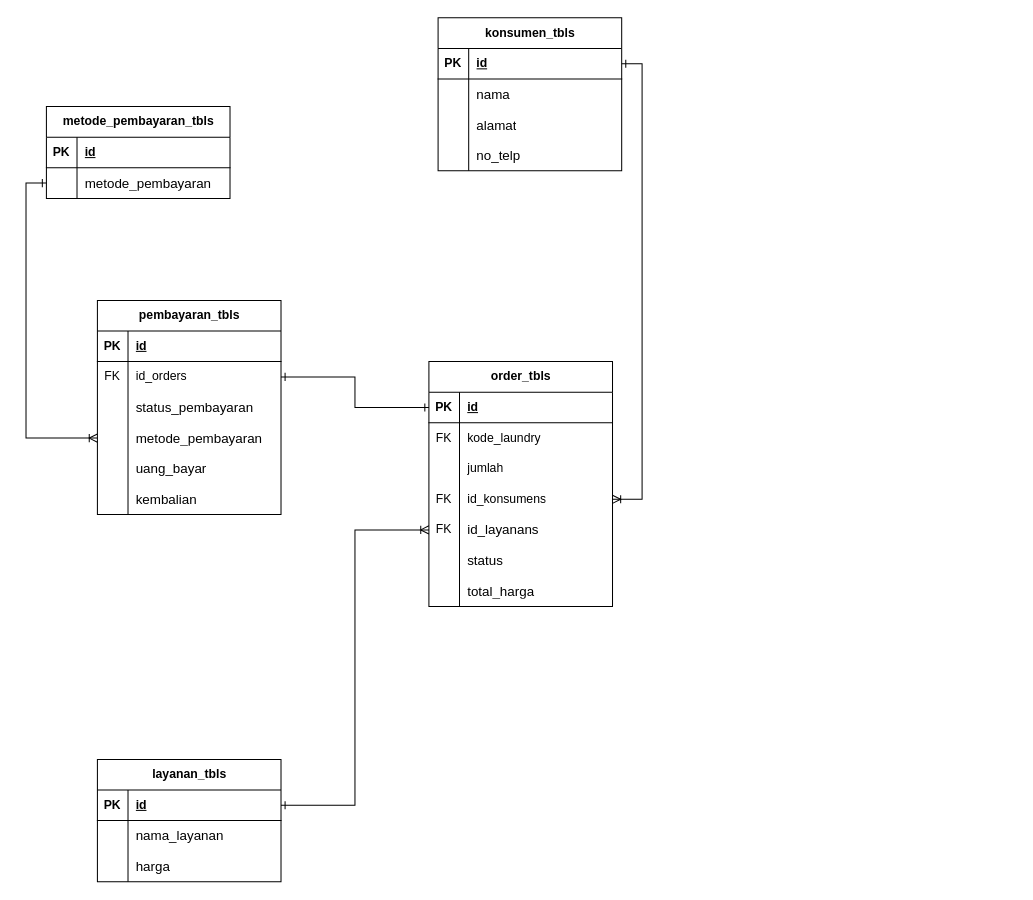
This is public/Erd,Dfd,Flowchart/Laundry ERD.drawio from Satyanr/laundry_app, a draw.io file, before an edit. Source tidied: cells renumbered, new cells numbered last; positions are measured from the earlier drawing's top-left corner, leaving out a move shared by most shapes. Both pictures are drawn from the tidied source at 102%, with x=0, y=0 at pixel (46, 17).
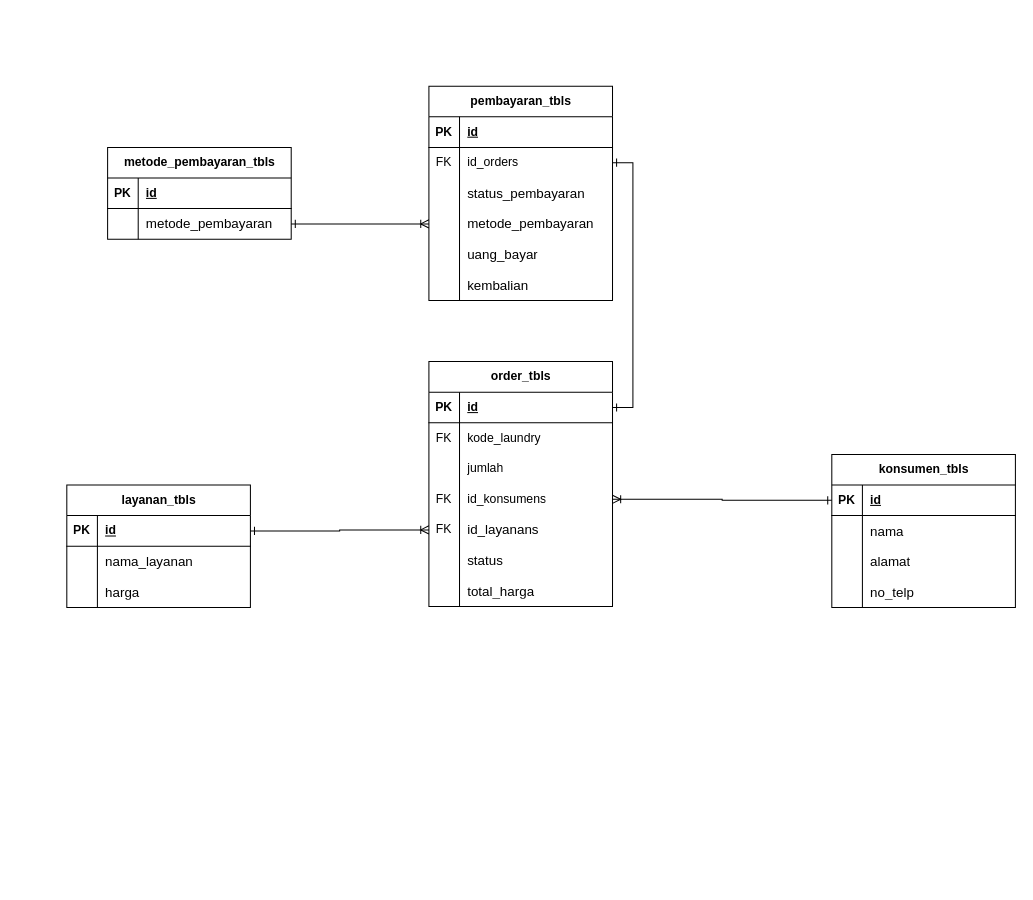
The same page after the edit.

The change refers to these unchanged cells:
```xml
<mxCell id="3" style="shape=tableRow;horizontal=0;startSize=0;swimlaneHead=0;swimlaneBody=0;fillColor=none;points=[[0,0.5],[1,0.5]];portConstraint=eastwest;top=0;left=0;right=0;bottom=1;" parent="2" vertex="1">
  <mxGeometry y="30" width="180" height="30" as="geometry" />
</mxCell>
<mxCell id="12" style="shape=tableRow;horizontal=0;startSize=0;swimlaneHead=0;swimlaneBody=0;fillColor=none;points=[[0,0.5],[1,0.5]];portConstraint=eastwest;top=0;left=0;right=0;bottom=0;" parent="2" vertex="1">
  <mxGeometry y="120" width="180" height="30" as="geometry" />
</mxCell>
<mxCell id="25" style="shape=tableRow;horizontal=0;startSize=0;swimlaneHead=0;swimlaneBody=0;fillColor=none;points=[[0,0.5],[1,0.5]];portConstraint=eastwest;top=0;left=0;right=0;bottom=1;" parent="24" vertex="1">
  <mxGeometry y="30" width="180" height="30" as="geometry" />
</mxCell>
<mxCell id="51" style="shape=tableRow;horizontal=0;startSize=0;swimlaneHead=0;swimlaneBody=0;fillColor=none;points=[[0,0.5],[1,0.5]];portConstraint=eastwest;top=0;left=0;right=0;bottom=0;" parent="47" vertex="1">
  <mxGeometry y="60" width="180" height="30" as="geometry" />
</mxCell>
<mxCell id="58" style="shape=tableRow;horizontal=0;startSize=0;swimlaneHead=0;swimlaneBody=0;fillColor=none;points=[[0,0.5],[1,0.5]];portConstraint=eastwest;top=0;left=0;right=0;bottom=0;" parent="54" vertex="1">
  <mxGeometry y="60" width="180" height="30" as="geometry" />
</mxCell>
<mxCell id="64" style="shape=tableRow;horizontal=0;startSize=0;swimlaneHead=0;swimlaneBody=0;fillColor=none;points=[[0,0.5],[1,0.5]];portConstraint=eastwest;top=0;left=0;right=0;bottom=0;" parent="54" vertex="1">
  <mxGeometry y="120" width="180" height="30" as="geometry" />
</mxCell>
```

The edit, as a diff of the source:
```diff
@@
     <mxCell id="24" value="konsumen_tbls" style="shape=table;startSize=30;childLayout=tableLayout;rowLines=0;fontStyle=1;align=center;html=1;" parent="1" vertex="1">
-      <mxGeometry x="384" width="180" height="150" as="geometry" />
+      <mxGeometry x="770" y="428" width="180" height="150" as="geometry" />
     </mxCell>
@@
     <mxCell id="37" value="layanan_tbls" style="shape=table;startSize=30;childLayout=tableLayout;rowLines=0;fontStyle=1;align=center;html=1;" parent="1" vertex="1">
-      <mxGeometry x="50" y="727" width="180" height="120" as="geometry" />
+      <mxGeometry x="20" y="458" width="180" height="120" as="geometry" />
     </mxCell>
@@
     <mxCell id="47" value="metode_pembayaran_tbls" style="shape=table;startSize=30;childLayout=tableLayout;rowLines=0;fontStyle=1;align=center;html=1;" parent="1" vertex="1">
-      <mxGeometry y="87" width="180" height="90" as="geometry" />
+      <mxGeometry x="60" y="127" width="180" height="90" as="geometry" />
     </mxCell>
@@
     <mxCell id="54" value="pembayaran_tbls" style="shape=table;startSize=30;childLayout=tableLayout;rowLines=0;fontStyle=1;align=center;html=1;" parent="1" vertex="1">
-      <mxGeometry x="50" y="277" width="180" height="210" as="geometry" />
+      <mxGeometry x="375" y="67" width="180" height="210" as="geometry" />
     </mxCell>
@@
-    <mxCell id="73" style="edgeStyle=orthogonalEdgeStyle;rounded=0;jettySize=auto;html=1;exitX=1;exitY=0.5;exitDx=0;exitDy=0;entryX=0;entryY=0.5;entryDx=0;entryDy=0;startArrow=ERone;startFill=0;endArrow=ERone;endFill=0;" parent="1" edge="1" source="58" target="3">
-      <mxGeometry relative="1" as="geometry" />
-    </mxCell>
@@
+    <mxCell id="76" style="edgeStyle=orthogonalEdgeStyle;rounded=0;jettySize=auto;html=1;exitX=0;exitY=0.5;exitDx=0;exitDy=0;entryX=1;entryY=0.5;entryDx=0;entryDy=0;startArrow=ERoneToMany;startFill=0;endArrow=ERone;endFill=0;" parent="1" edge="1" source="64" target="51">
+      <mxGeometry relative="1" as="geometry" />
+    </mxCell>
-    <mxCell id="75" style="edgeStyle=orthogonalEdgeStyle;rounded=0;jettySize=auto;html=1;exitX=1;exitY=0.5;exitDx=0;exitDy=0;entryX=1;entryY=0.5;entryDx=0;entryDy=0;startArrow=ERoneToMany;startFill=0;endArrow=ERone;endFill=0;" parent="1" edge="1" source="12" target="25">
+    <mxCell id="75" style="edgeStyle=orthogonalEdgeStyle;rounded=0;jettySize=auto;html=1;exitX=1;exitY=0.5;exitDx=0;exitDy=0;entryX=0;entryY=0.5;entryDx=0;entryDy=0;startArrow=ERoneToMany;startFill=0;endArrow=ERone;endFill=0;" parent="1" edge="1" source="12" target="25">
       <mxGeometry relative="1" as="geometry" />
     </mxCell>
-    <mxCell id="76" style="edgeStyle=orthogonalEdgeStyle;rounded=0;jettySize=auto;html=1;exitX=0;exitY=0.5;exitDx=0;exitDy=0;entryX=0;entryY=0.5;entryDx=0;entryDy=0;startArrow=ERoneToMany;startFill=0;endArrow=ERone;endFill=0;" parent="1" edge="1" source="64" target="51">
-      <mxGeometry relative="1" as="geometry" />
-    </mxCell>
+    <mxCell id="77" style="edgeStyle=orthogonalEdgeStyle;rounded=0;jettySize=auto;html=1;exitX=1;exitY=0.5;exitDx=0;exitDy=0;entryX=1;entryY=0.5;entryDx=0;entryDy=0;startArrow=ERone;startFill=0;endArrow=ERone;endFill=0;" parent="1" edge="1" source="3" target="58">
+      <mxGeometry relative="1" as="geometry" />
+    </mxCell>
```
